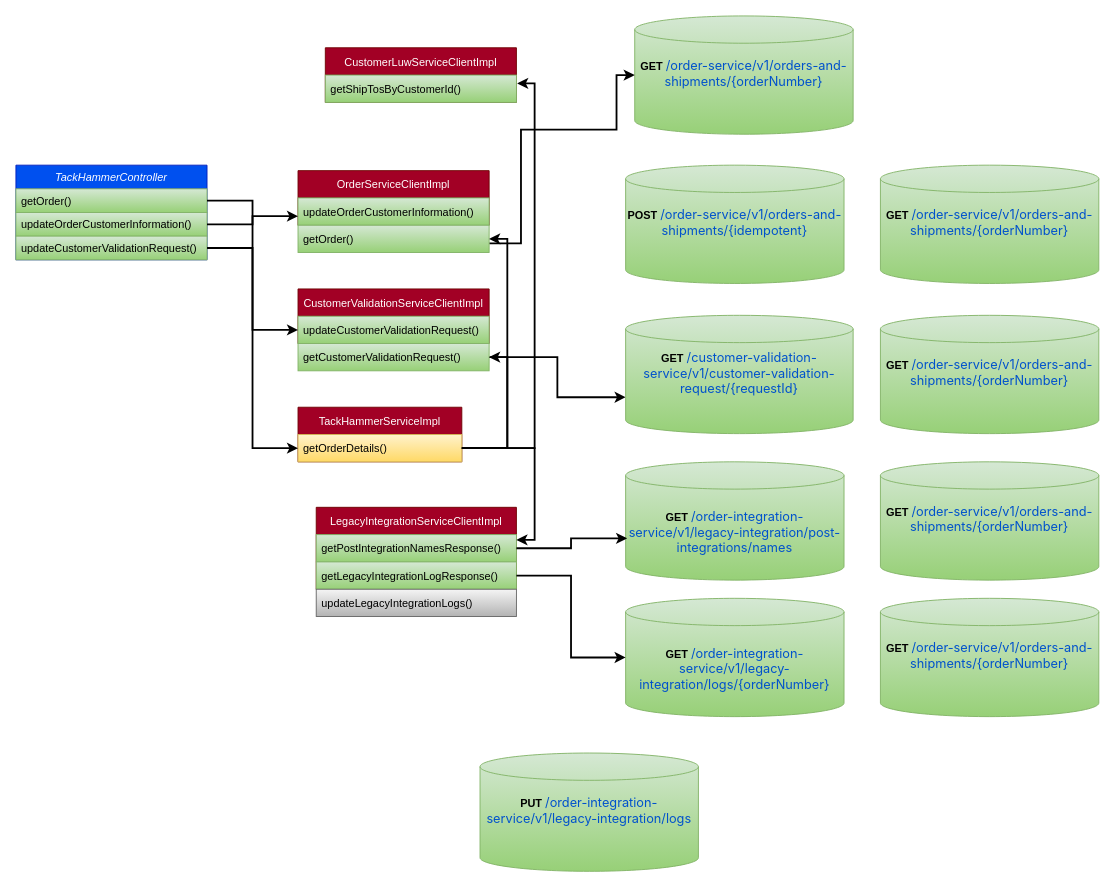
This is Untitled Diagram.drawio from educhav/tour-of-heroes, a draw.io file, before an edit. Source tidied: cells renumbered, new cells numbered last; positions are measured from the earlier drawing's top-left corner, leaving out a move shared by most shapes. Both pictures are drawn from the tidied source at 91%, with x=0, y=0 at pixel (15, 15).
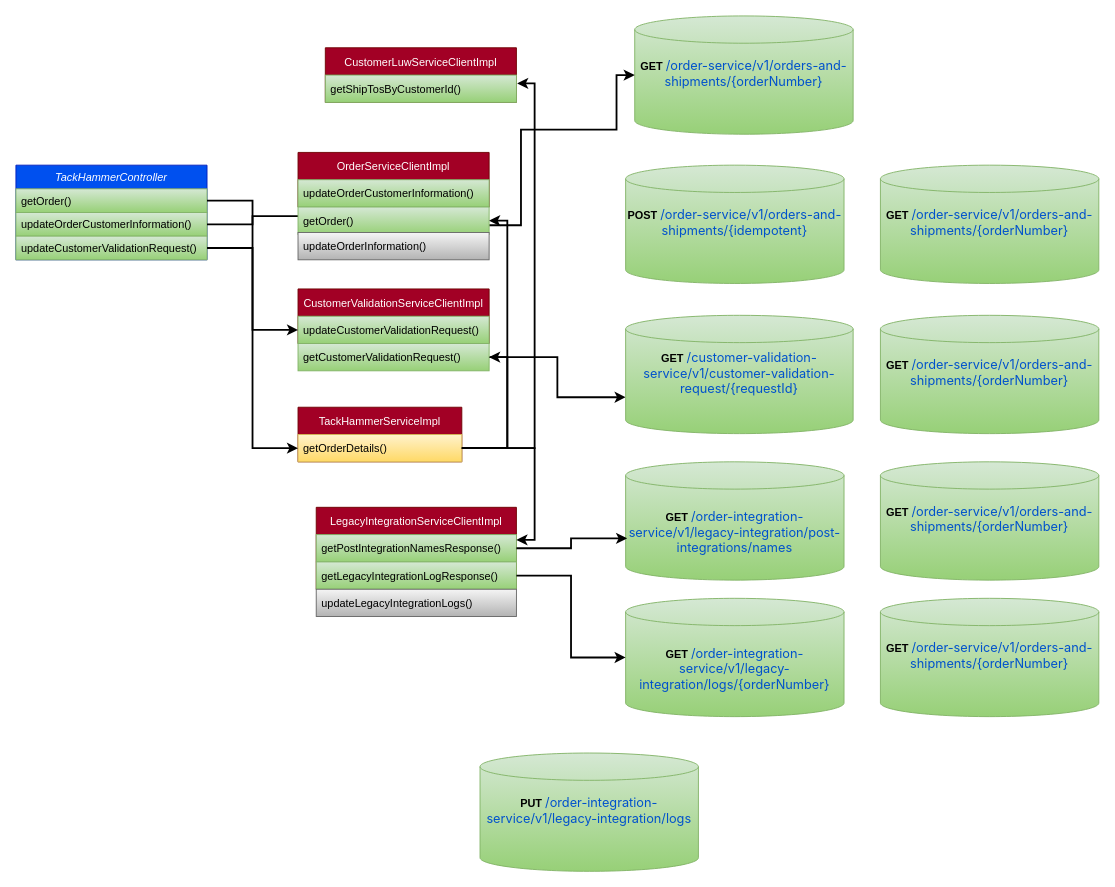
After the change.

Unchanged cells that the change refers to:
```xml
<mxCell id="15" value="&lt;b&gt;GET&amp;nbsp;&lt;/b&gt;&lt;a style=&quot;color: rgb(0, 82, 204); text-decoration: var(--aui-link-hover-decoration); font-family: -apple-system, BlinkMacSystemFont, &amp;quot;Segoe UI&amp;quot;, Roboto, Oxygen, Ubuntu, &amp;quot;Fira Sans&amp;quot;, &amp;quot;Droid Sans&amp;quot;, &amp;quot;Helvetica Neue&amp;quot;, sans-serif; font-size: 14px; text-align: left;&quot; rel=&quot;nofollow&quot; class=&quot;external-link&quot; title=&quot;&quot; href=&quot;https://uops-app.api.ulinedm.com/uops-app/swagger/index.html?url=https://dc2-svzdev04.ulinedm.com:11175/order-service/v1/v3/api-docs#/order-shipment-controller/getOrderAndShipments&quot;&gt;/order-service/v1/orders-and-shipments/{orderNumber}&lt;/a&gt;&lt;br&gt;&lt;b&gt;&amp;nbsp;&lt;br&gt;&amp;nbsp;&lt;/b&gt;" style="shape=cylinder3;whiteSpace=wrap;html=1;boundedLbl=1;backgroundOutline=1;size=15;rounded=0;shadow=0;fontFamily=Helvetica;fontSize=12;fillColor=#d5e8d4;gradientColor=#97d077;strokeColor=#82b366;" parent="1" vertex="1">
  <mxGeometry x="680" width="240" height="130" as="geometry" />
</mxCell>
```

The edit, as a diff of the source:
```diff
@@
     <mxCell id="8" value="OrderServiceClientImpl" style="swimlane;fontStyle=0;horizontal=1;startSize=30;rounded=0;shadow=0;fontFamily=Helvetica;fontSize=12;fillColor=#a20025;html=0;strokeColor=#6F0000;fontColor=#ffffff;" parent="1" vertex="1">
-      <mxGeometry x="310" y="170" width="210" height="60" as="geometry" />
+      <mxGeometry x="310" y="150" width="210" height="60" as="geometry" />
     </mxCell>
@@
     <mxCell id="19" style="edgeStyle=orthogonalEdgeStyle;rounded=0;jettySize=auto;html=1;entryX=0;entryY=0.5;entryDx=0;entryDy=0;entryPerimeter=0;fontFamily=Helvetica;fontSize=12;fontColor=default;strokeWidth=2;" parent="1" edge="1" source="20" target="15">
       <mxGeometry relative="1" as="geometry">
         <Array as="points">
-          <mxPoint x="555" y="250" />
+          <mxPoint x="555" y="230" />
           <mxPoint x="555" y="125" />
           <mxPoint x="660" y="125" />
           <mxPoint x="660" y="65" />
         </Array>
       </mxGeometry>
     </mxCell>
     <mxCell id="20" value="getOrder()" style="text;strokeColor=#82b366;fillColor=#d5e8d4;align=left;verticalAlign=middle;spacingLeft=4;spacingRight=4;overflow=hidden;points=[[0,0.5],[1,0.5]];portConstraint=eastwest;rounded=0;shadow=0;fontFamily=Helvetica;fontSize=12;html=0;gradientColor=#97d077;gradientDirection=south;" parent="1" vertex="1">
-      <mxGeometry x="310" y="230" width="210" height="30" as="geometry" />
+      <mxGeometry x="310" y="210" width="210" height="30" as="geometry" />
     </mxCell>
@@
+    <mxCell id="41" value="updateOrderInformation()" style="text;strokeColor=#666666;fillColor=#f5f5f5;align=left;verticalAlign=middle;spacingLeft=4;spacingRight=4;overflow=hidden;rounded=0;shadow=0;labelBackgroundColor=none;fontFamily=Helvetica;fontSize=12;html=0;gradientColor=#b3b3b3;" parent="1" vertex="1">
+      <mxGeometry x="310" y="238" width="210" height="30" as="geometry" />
+    </mxCell>
```
